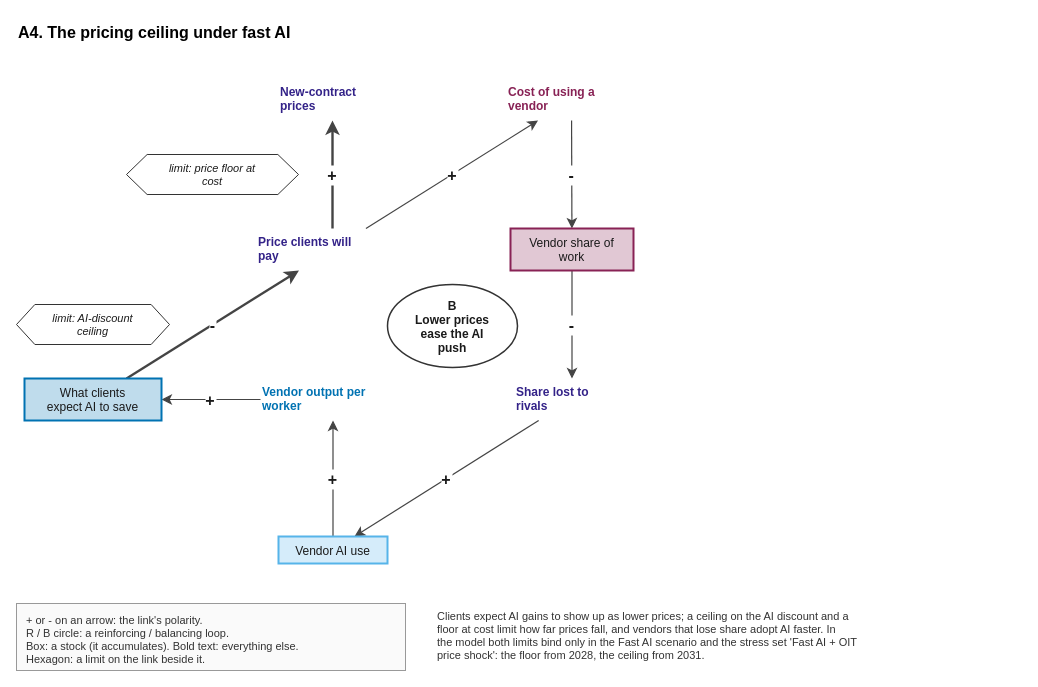
Earlier version of the draw.io diagram docs/model/diagrams/article-a4.drawio (stravoris-tech/ai-it-labour-sim). Source tidied: cells renumbered, new cells numbered last; positions are measured from the earlier drawing's top-left corner, leaving out a move shared by most shapes. Both pictures are drawn from the tidied source at 100%, with x=0, y=0 at pixel (16, 16).
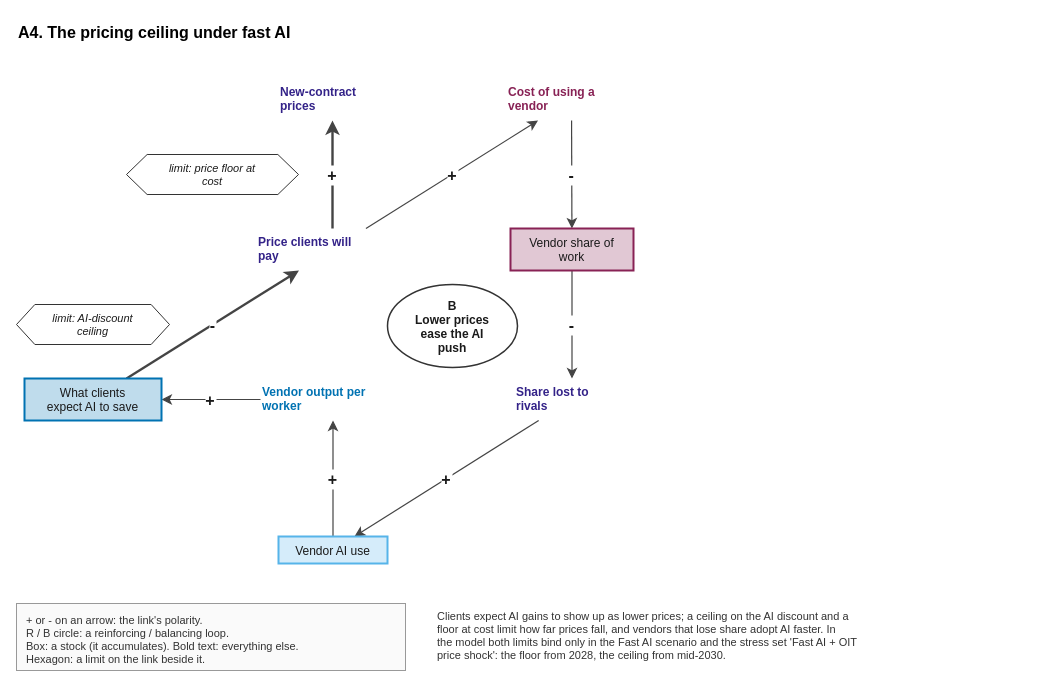
After the change.

What changed in the source:
```diff
@@
-    <mxCell id="23" value="Clients expect AI gains to show up as lower prices; a ceiling on the AI discount and a&#10;floor at cost limit how far prices fall, and vendors that lose share adopt AI faster. In&#10;the model both limits bind only in the Fast AI scenario and the stress set 'Fast AI + OIT&#10;price shock': the floor from 2028, the ceiling from 2031." style="html=0;fontFamily=Helvetica;fontSize=12;text;align=left;verticalAlign=top;fontSize=11;strokeColor=none;fillColor=none;fontColor=#333333;" parent="1" vertex="1">
+    <mxCell id="23" value="Clients expect AI gains to show up as lower prices; a ceiling on the AI discount and a&#10;floor at cost limit how far prices fall, and vendors that lose share adopt AI faster. In&#10;the model both limits bind only in the Fast AI scenario and the stress set 'Fast AI + OIT&#10;price shock': the floor from 2028, the ceiling from mid-2030." style="html=0;fontFamily=Helvetica;fontSize=12;text;align=left;verticalAlign=top;fontSize=11;strokeColor=none;fillColor=none;fontColor=#333333;" parent="1" vertex="1">
       <mxGeometry x="419" y="587" width="586" height="67" as="geometry" />
     </mxCell>
```
